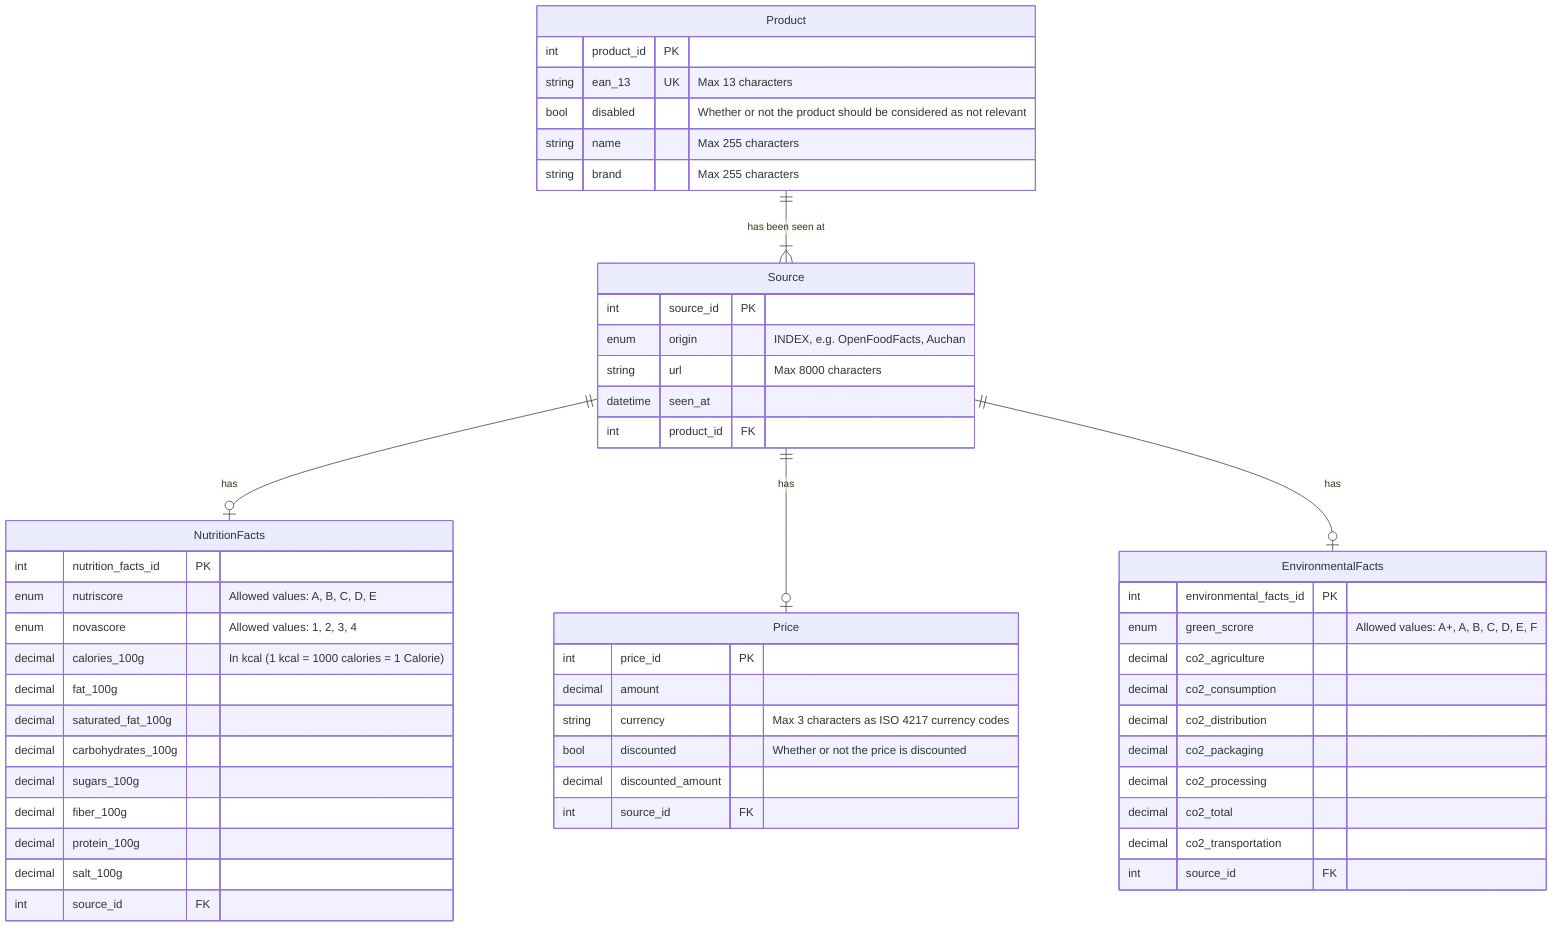
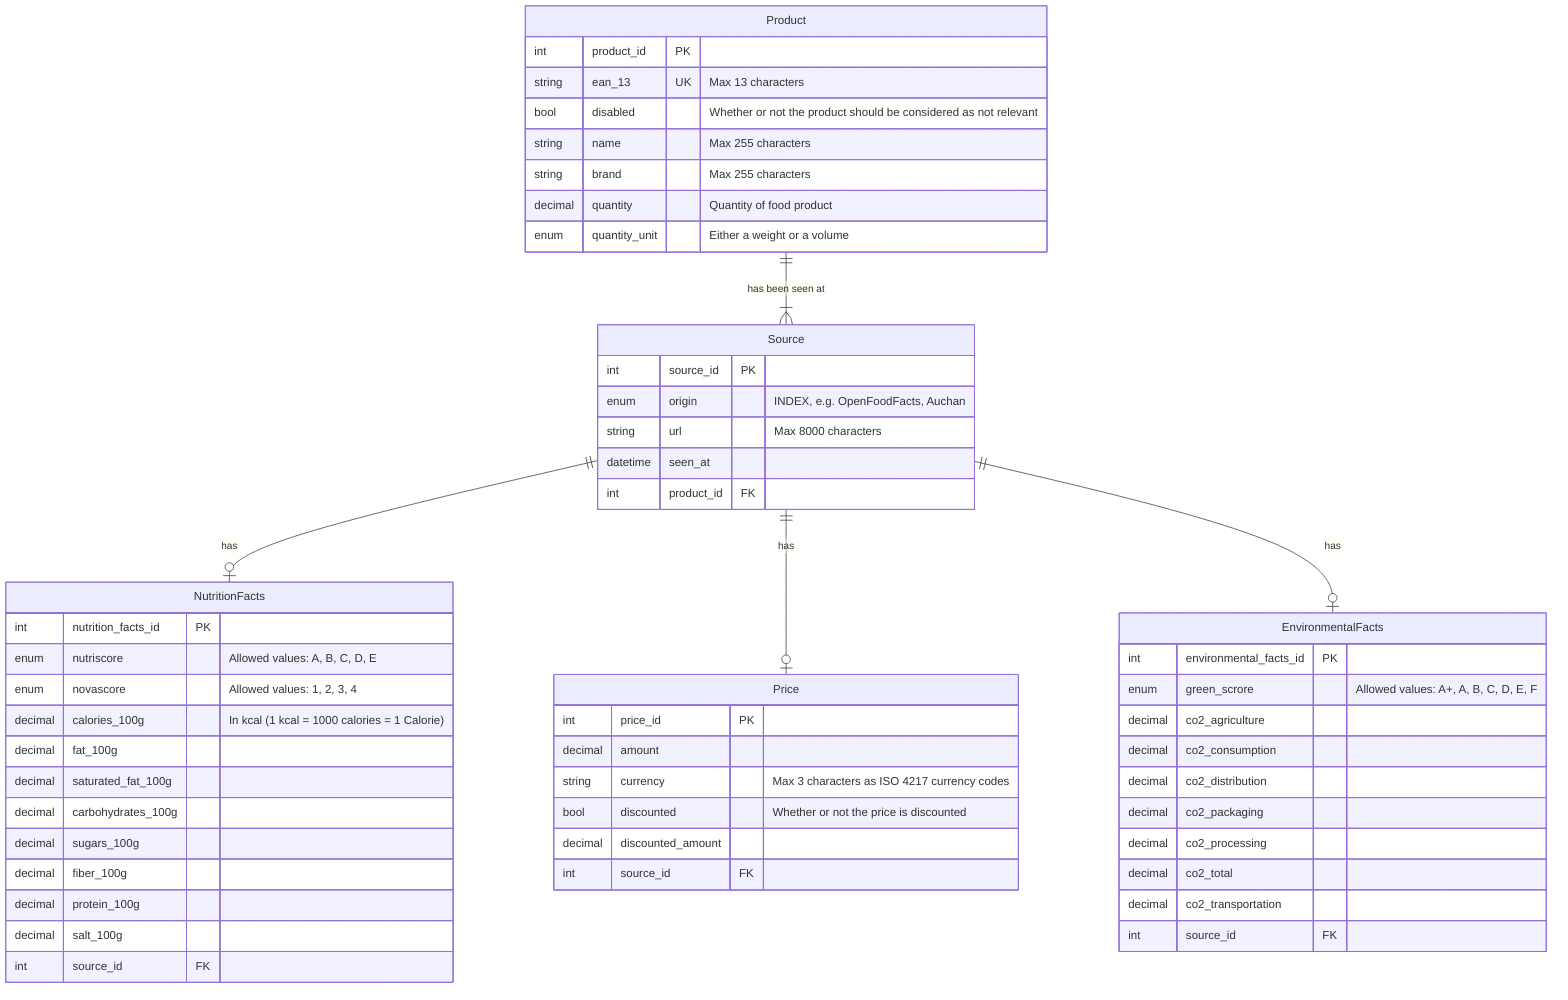
erDiagram
    Product {
        int product_id PK

        string ean_13 UK "Max 13 characters"
        bool disabled "Whether or not the product should be considered as not relevant"

        string name "Max 255 characters"
        string brand "Max 255 characters"
+ 
+         decimal quantity "Quantity of food product"
+         enum quantity_unit "Either a weight or a volume"
    }

    Source {
        int source_id PK

        enum origin "INDEX, e.g. OpenFoodFacts, Auchan"
        string url "Max 8000 characters"
        datetime seen_at

        int product_id FK
    }

    NutritionFacts {
        int nutrition_facts_id PK

        enum nutriscore "Allowed values: A, B, C, D, E"
        enum novascore "Allowed values: 1, 2, 3, 4"

        decimal calories_100g "In kcal (1 kcal = 1000 calories = 1 Calorie)"

        decimal fat_100g
        decimal saturated_fat_100g
        decimal carbohydrates_100g
        decimal sugars_100g
        decimal fiber_100g
        decimal protein_100g
        decimal salt_100g

        int source_id FK
    }

    Price {
        int price_id PK

        decimal amount
        string currency "Max 3 characters as ISO 4217 currency codes"
        bool discounted "Whether or not the price is discounted"
        decimal discounted_amount

        int source_id FK
    }

    EnvironmentalFacts {
        int environmental_facts_id PK

        enum green_scrore "Allowed values: A+, A, B, C, D, E, F"

        decimal co2_agriculture
        decimal co2_consumption
        decimal co2_distribution
        decimal co2_packaging
        decimal co2_processing
        decimal co2_total
        decimal co2_transportation

        int source_id FK
    }

    Product 1--1+ Source : "has been seen at"

    Source 1--one or zero NutritionFacts : "has"
    Source 1--one or zero Price : "has"
    Source 1--one or zero EnvironmentalFacts : "has"
